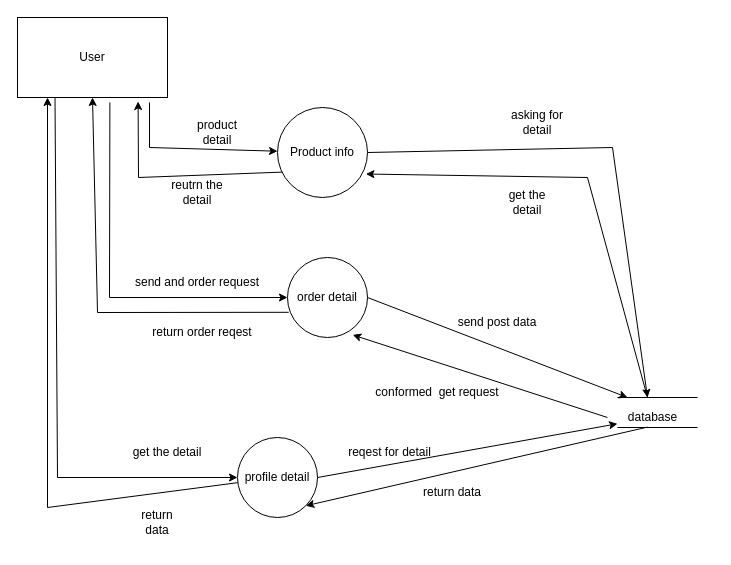
AKrunal/document keeps this draw.io diagram as page "1 leavel" (2 of 5) of charts/dfd.drawio. Above is the earlier version. Source tidied: cells renumbered, new cells numbered last; positions are measured from the earlier drawing's top-left corner, leaving out a move shared by most shapes. Both pictures are drawn from the tidied source at 100%, with x=0, y=0 at pixel (17, 17).
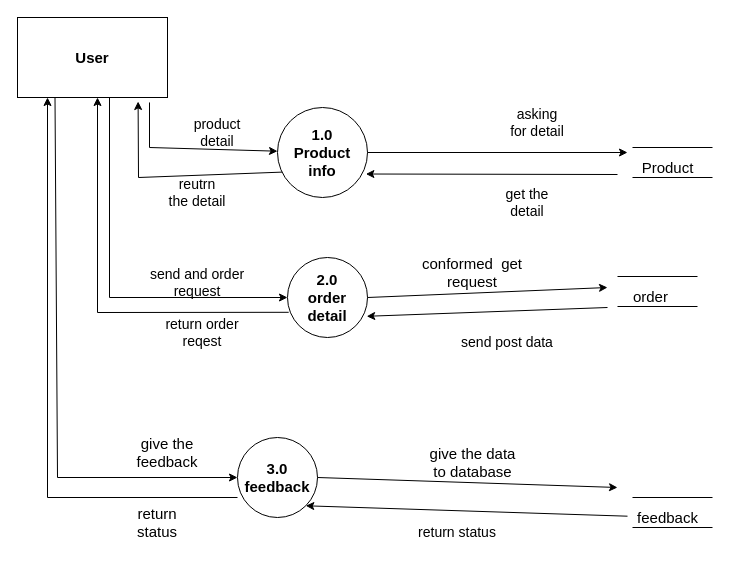
Above is the later version.

Diff of the diagram source:
```diff
@@
-    <mxCell id="2" value="User" style="rounded=0;whiteSpace=wrap;html=1;" parent="1" vertex="1">
+    <mxCell id="2" value="User" style="rounded=0;whiteSpace=wrap;html=1;fontSize=15;fontStyle=1;" parent="1" vertex="1">
       <mxGeometry width="150" height="80" as="geometry" />
     </mxCell>
-    <mxCell id="3" style="endArrow=classic;html=1;rounded=0;exitX=0.88;exitY=1.062;exitDx=0;exitDy=0;exitPerimeter=0;" parent="1" edge="1" source="2" target="4">
+    <mxCell id="3" style="endArrow=classic;html=1;rounded=0;exitX=0.88;exitY=1.062;exitDx=0;exitDy=0;exitPerimeter=0;fontSize=15;" parent="1" edge="1" source="2" target="4">
       <mxGeometry relative="1" as="geometry">
         <Array as="points">
           <mxPoint x="132" y="130" />
         </Array>
       </mxGeometry>
     </mxCell>
-    <mxCell id="4" value="Product info" style="ellipse;whiteSpace=wrap;html=1;" parent="1" vertex="1">
+    <mxCell id="4" value="1.0 &lt;br style=&quot;font-size: 15px;&quot;&gt;Product info" style="ellipse;whiteSpace=wrap;html=1;fontSize=15;fontStyle=1;" parent="1" vertex="1">
       <mxGeometry x="260" y="90" width="90" height="90" as="geometry" />
     </mxCell>
-    <mxCell id="5" style="endArrow=classic;html=1;rounded=0;exitX=1;exitY=0.5;exitDx=0;exitDy=0;" parent="1" edge="1" source="4">
+    <mxCell id="5" style="endArrow=classic;html=1;rounded=0;exitX=1;exitY=0.5;exitDx=0;exitDy=0;fontSize=15;" parent="1" edge="1" source="4">
       <mxGeometry relative="1" as="geometry">
-        <mxPoint x="630" y="380" as="targetPoint" />
-        <Array as="points">
-          <mxPoint x="595" y="130" />
-        </Array>
+        <mxPoint x="610" y="135" as="targetPoint" />
       </mxGeometry>
     </mxCell>
-    <mxCell id="6" style="endArrow=none;html=1;rounded=0;" parent="1" edge="1">
-      <mxGeometry relative="1" as="geometry">
-        <mxPoint x="600" y="380" as="sourcePoint" />
-        <mxPoint x="680" y="380" as="targetPoint" />
-      </mxGeometry>
-    </mxCell>
-    <mxCell id="7" style="endArrow=none;html=1;rounded=0;" parent="1" edge="1">
-      <mxGeometry relative="1" as="geometry">
-        <mxPoint x="600" y="410" as="sourcePoint" />
-        <mxPoint x="680" y="410" as="targetPoint" />
-      </mxGeometry>
-    </mxCell>
-    <mxCell id="8" value="database" style="text;html=1;align=center;verticalAlign=middle;points=[];strokeColor=none;fillColor=none;" parent="1" vertex="1">
-      <mxGeometry x="600" y="390" width="70" height="20" as="geometry" />
-    </mxCell>
-    <mxCell id="9" style="endArrow=classic;html=1;rounded=0;entryX=0.982;entryY=0.739;entryDx=0;entryDy=0;entryPerimeter=0;" parent="1" edge="1" target="4">
+    <mxCell id="9" style="endArrow=classic;html=1;rounded=0;entryX=0.982;entryY=0.739;entryDx=0;entryDy=0;entryPerimeter=0;fontSize=15;" parent="1" edge="1" target="4">
       <mxGeometry relative="1" as="geometry">
-        <mxPoint x="630" y="380" as="sourcePoint" />
-        <Array as="points">
-          <mxPoint x="570" y="160" />
-        </Array>
+        <mxPoint x="600" y="157" as="sourcePoint" />
       </mxGeometry>
     </mxCell>
-    <mxCell id="10" value="product detail" style="text;html=1;strokeColor=none;fillColor=none;align=center;verticalAlign=middle;whiteSpace=wrap;rounded=0;" parent="1" vertex="1">
+    <mxCell id="10" value="product detail" style="text;html=1;strokeColor=none;fillColor=none;align=center;verticalAlign=middle;whiteSpace=wrap;rounded=0;fontSize=14;" parent="1" vertex="1">
       <mxGeometry x="170" y="100" width="60" height="30" as="geometry" />
     </mxCell>
-    <mxCell id="11" value="asking for detail" style="text;html=1;strokeColor=none;fillColor=none;align=center;verticalAlign=middle;whiteSpace=wrap;rounded=0;" parent="1" vertex="1">
+    <mxCell id="11" value="asking for detail" style="text;html=1;strokeColor=none;fillColor=none;align=center;verticalAlign=middle;whiteSpace=wrap;rounded=0;fontSize=14;" parent="1" vertex="1">
       <mxGeometry x="490" y="90" width="60" height="30" as="geometry" />
     </mxCell>
-    <mxCell id="12" value="get the detail" style="text;html=1;strokeColor=none;fillColor=none;align=center;verticalAlign=middle;whiteSpace=wrap;rounded=0;" parent="1" vertex="1">
+    <mxCell id="12" value="get the detail" style="text;html=1;strokeColor=none;fillColor=none;align=center;verticalAlign=middle;whiteSpace=wrap;rounded=0;fontSize=14;" parent="1" vertex="1">
       <mxGeometry x="480" y="170" width="60" height="30" as="geometry" />
     </mxCell>
-    <mxCell id="13" style="endArrow=classic;html=1;rounded=0;exitX=0.052;exitY=0.718;exitDx=0;exitDy=0;exitPerimeter=0;entryX=0.804;entryY=1.05;entryDx=0;entryDy=0;entryPerimeter=0;" parent="1" edge="1" source="4" target="2">
+    <mxCell id="13" style="endArrow=classic;html=1;rounded=0;exitX=0.052;exitY=0.718;exitDx=0;exitDy=0;exitPerimeter=0;entryX=0.804;entryY=1.05;entryDx=0;entryDy=0;entryPerimeter=0;fontSize=15;" parent="1" edge="1" source="4" target="2">
       <mxGeometry relative="1" as="geometry">
         <Array as="points">
           <mxPoint x="121" y="160" />
         </Array>
       </mxGeometry>
     </mxCell>
-    <mxCell id="14" value="reutrn the detail" style="text;html=1;strokeColor=none;fillColor=none;align=center;verticalAlign=middle;whiteSpace=wrap;rounded=0;" parent="1" vertex="1">
+    <mxCell id="14" value="reutrn the detail" style="text;html=1;strokeColor=none;fillColor=none;align=center;verticalAlign=middle;whiteSpace=wrap;rounded=0;fontSize=14;" parent="1" vertex="1">
       <mxGeometry x="150" y="160" width="60" height="30" as="geometry" />
     </mxCell>
-    <mxCell id="15" value="order detail" style="ellipse;whiteSpace=wrap;html=1;" parent="1" vertex="1">
+    <mxCell id="15" value="2.0&lt;br style=&quot;font-size: 15px;&quot;&gt;order detail" style="ellipse;whiteSpace=wrap;html=1;fontSize=15;fontStyle=1;" parent="1" vertex="1">
       <mxGeometry x="270" y="240" width="80" height="80" as="geometry" />
     </mxCell>
-    <mxCell id="16" style="endArrow=classic;html=1;rounded=0;exitX=0.616;exitY=1.062;exitDx=0;exitDy=0;exitPerimeter=0;entryX=0;entryY=0.5;entryDx=0;entryDy=0;" parent="1" edge="1" source="2" target="15">
+    <mxCell id="16" style="endArrow=classic;html=1;rounded=0;entryX=0;entryY=0.5;entryDx=0;entryDy=0;fontSize=15;" parent="1" edge="1" target="15">
       <mxGeometry relative="1" as="geometry">
+        <mxPoint x="92" y="80" as="sourcePoint" />
         <Array as="points">
           <mxPoint x="92" y="280" />
         </Array>
       </mxGeometry>
     </mxCell>
-    <mxCell id="17" style="endArrow=classic;html=1;rounded=0;exitX=1;exitY=0.5;exitDx=0;exitDy=0;" parent="1" edge="1" source="15">
+    <mxCell id="17" style="endArrow=classic;html=1;rounded=0;exitX=1;exitY=0.5;exitDx=0;exitDy=0;fontSize=15;" parent="1" edge="1" source="15">
       <mxGeometry relative="1" as="geometry">
-        <mxPoint x="610" y="380" as="targetPoint" />
+        <mxPoint x="590" y="270" as="targetPoint" />
       </mxGeometry>
     </mxCell>
-    <mxCell id="18" style="endArrow=classic;html=1;rounded=0;entryX=0.815;entryY=0.968;entryDx=0;entryDy=0;entryPerimeter=0;" parent="1" edge="1" target="15">
+    <mxCell id="18" style="endArrow=classic;html=1;rounded=0;entryX=0.99;entryY=0.735;entryDx=0;entryDy=0;entryPerimeter=0;fontSize=15;" parent="1" edge="1" target="15">
       <mxGeometry relative="1" as="geometry">
-        <mxPoint x="590" y="400" as="sourcePoint" />
+        <mxPoint x="590" y="290" as="sourcePoint" />
       </mxGeometry>
     </mxCell>
-    <mxCell id="19" value="send and order request" style="text;html=1;strokeColor=none;fillColor=none;align=center;verticalAlign=middle;whiteSpace=wrap;rounded=0;" parent="1" vertex="1">
+    <mxCell id="19" value="send and order request" style="text;html=1;strokeColor=none;fillColor=none;align=center;verticalAlign=middle;whiteSpace=wrap;rounded=0;fontSize=14;" parent="1" vertex="1">
       <mxGeometry x="110" y="250" width="140" height="30" as="geometry" />
     </mxCell>
-    <mxCell id="20" value="send post data" style="text;html=1;strokeColor=none;fillColor=none;align=center;verticalAlign=middle;whiteSpace=wrap;rounded=0;" parent="1" vertex="1">
-      <mxGeometry x="430" y="290" width="100" height="30" as="geometry" />
+    <mxCell id="20" value="send post data" style="text;html=1;strokeColor=none;fillColor=none;align=center;verticalAlign=middle;whiteSpace=wrap;rounded=0;fontSize=14;" parent="1" vertex="1">
+      <mxGeometry x="440" y="310" width="100" height="30" as="geometry" />
     </mxCell>
-    <mxCell id="21" value="conformed&amp;nbsp; get request" style="text;html=1;strokeColor=none;fillColor=none;align=center;verticalAlign=middle;whiteSpace=wrap;rounded=0;" parent="1" vertex="1">
-      <mxGeometry x="350" y="360" width="140" height="30" as="geometry" />
+    <mxCell id="21" value="conformed&amp;nbsp; get request" style="text;html=1;strokeColor=none;fillColor=none;align=center;verticalAlign=middle;whiteSpace=wrap;rounded=0;fontSize=15;" parent="1" vertex="1">
+      <mxGeometry x="385" y="240" width="140" height="30" as="geometry" />
     </mxCell>
-    <mxCell id="22" style="endArrow=classic;html=1;rounded=0;exitX=0.015;exitY=0.685;exitDx=0;exitDy=0;exitPerimeter=0;entryX=0.5;entryY=1;entryDx=0;entryDy=0;" parent="1" edge="1" source="15" target="2">
+    <mxCell id="22" style="endArrow=classic;html=1;rounded=0;exitX=0.015;exitY=0.685;exitDx=0;exitDy=0;exitPerimeter=0;fontSize=15;" parent="1" edge="1" source="15">
       <mxGeometry relative="1" as="geometry">
+        <mxPoint x="80" y="80" as="targetPoint" />
         <Array as="points">
           <mxPoint x="80" y="295" />
         </Array>
       </mxGeometry>
     </mxCell>
-    <mxCell id="23" value="return order reqest" style="text;html=1;strokeColor=none;fillColor=none;align=center;verticalAlign=middle;whiteSpace=wrap;rounded=0;" parent="1" vertex="1">
+    <mxCell id="23" value="return order reqest" style="text;html=1;strokeColor=none;fillColor=none;align=center;verticalAlign=middle;whiteSpace=wrap;rounded=0;fontSize=14;" parent="1" vertex="1">
       <mxGeometry x="130" y="300" width="110" height="30" as="geometry" />
     </mxCell>
-    <mxCell id="24" value="profile detail" style="ellipse;whiteSpace=wrap;html=1;" parent="1" vertex="1">
+    <mxCell id="24" value="3.0&lt;br style=&quot;font-size: 15px;&quot;&gt;feedback" style="ellipse;whiteSpace=wrap;html=1;fontSize=15;fontStyle=1;" parent="1" vertex="1">
       <mxGeometry x="220" y="420" width="80" height="80" as="geometry" />
     </mxCell>
-    <mxCell id="25" style="endArrow=classic;html=1;rounded=0;exitX=0.25;exitY=1;exitDx=0;exitDy=0;" parent="1" edge="1" source="2" target="24">
+    <mxCell id="25" style="endArrow=classic;html=1;rounded=0;exitX=0.25;exitY=1;exitDx=0;exitDy=0;fontSize=15;" parent="1" edge="1" source="2" target="24">
       <mxGeometry relative="1" as="geometry">
         <Array as="points">
           <mxPoint x="40" y="460" />
         </Array>
       </mxGeometry>
     </mxCell>
-    <mxCell id="26" style="endArrow=classic;html=1;rounded=0;exitX=1;exitY=0.5;exitDx=0;exitDy=0;" parent="1" edge="1" source="24" target="8">
-      <mxGeometry relative="1" as="geometry" />
+    <mxCell id="26" style="endArrow=classic;html=1;rounded=0;exitX=1;exitY=0.5;exitDx=0;exitDy=0;fontSize=15;" parent="1" edge="1" source="24">
+      <mxGeometry relative="1" as="geometry">
+        <mxPoint x="600" y="470" as="targetPoint" />
+      </mxGeometry>
     </mxCell>
-    <mxCell id="27" value="get the detail" style="text;html=1;strokeColor=none;fillColor=none;align=center;verticalAlign=middle;whiteSpace=wrap;rounded=0;" parent="1" vertex="1">
+    <mxCell id="27" value="give the feedback" style="text;html=1;strokeColor=none;fillColor=none;align=center;verticalAlign=middle;whiteSpace=wrap;rounded=0;fontSize=15;" parent="1" vertex="1">
       <mxGeometry x="100" y="420" width="100" height="30" as="geometry" />
     </mxCell>
-    <mxCell id="28" value="reqest for detail" style="text;html=1;strokeColor=none;fillColor=none;align=center;verticalAlign=middle;whiteSpace=wrap;rounded=0;" parent="1" vertex="1">
-      <mxGeometry x="325" y="420" width="95" height="30" as="geometry" />
+    <mxCell id="28" value="give the data to database" style="text;html=1;strokeColor=none;fillColor=none;align=center;verticalAlign=middle;whiteSpace=wrap;rounded=0;fontSize=15;" parent="1" vertex="1">
+      <mxGeometry x="407.5" y="430" width="95" height="30" as="geometry" />
     </mxCell>
-    <mxCell id="29" style="endArrow=classic;html=1;rounded=0;exitX=0.426;exitY=0.982;exitDx=0;exitDy=0;exitPerimeter=0;entryX=1;entryY=1;entryDx=0;entryDy=0;" parent="1" edge="1" source="8" target="24">
+    <mxCell id="29" style="endArrow=classic;html=1;rounded=0;entryX=1;entryY=1;entryDx=0;entryDy=0;fontSize=15;" parent="1" edge="1" source="41" target="24">
       <mxGeometry relative="1" as="geometry" />
     </mxCell>
-    <mxCell id="30" value="return data" style="text;html=1;strokeColor=none;fillColor=none;align=center;verticalAlign=middle;whiteSpace=wrap;rounded=0;" parent="1" vertex="1">
-      <mxGeometry x="390" y="460" width="90" height="30" as="geometry" />
-    </mxCell>
-    <mxCell id="31" style="endArrow=classic;html=1;rounded=0;" parent="1" edge="1" source="24">
+    <mxCell id="31" style="endArrow=classic;html=1;rounded=0;fontSize=15;" parent="1" edge="1">
       <mxGeometry relative="1" as="geometry">
+        <mxPoint x="220" y="480" as="sourcePoint" />
         <mxPoint x="30" y="80" as="targetPoint" />
         <Array as="points">
-          <mxPoint x="30" y="490" />
+          <mxPoint x="30" y="480" />
         </Array>
       </mxGeometry>
     </mxCell>
-    <mxCell id="32" value="return data" style="text;html=1;strokeColor=none;fillColor=none;align=center;verticalAlign=middle;whiteSpace=wrap;rounded=0;" parent="1" vertex="1">
+    <mxCell id="32" value="return status" style="text;html=1;strokeColor=none;fillColor=none;align=center;verticalAlign=middle;whiteSpace=wrap;rounded=0;fontSize=15;" parent="1" vertex="1">
       <mxGeometry x="110" y="490" width="60" height="30" as="geometry" />
     </mxCell>
+    <mxCell id="33" style="endArrow=none;html=1;rounded=0;fontSize=15;" parent="1" edge="1">
+      <mxGeometry relative="1" as="geometry">
+        <mxPoint x="615" y="130" as="sourcePoint" />
+        <mxPoint x="695" y="130" as="targetPoint" />
+      </mxGeometry>
+    </mxCell>
+    <mxCell id="34" style="endArrow=none;html=1;rounded=0;fontSize=15;" parent="1" edge="1">
+      <mxGeometry relative="1" as="geometry">
+        <mxPoint x="615" y="160" as="sourcePoint" />
+        <mxPoint x="695" y="160" as="targetPoint" />
+      </mxGeometry>
+    </mxCell>
+    <mxCell id="35" value="Product" style="text;html=1;align=center;verticalAlign=middle;strokeColor=none;fillColor=none;fontSize=15;" parent="1" vertex="1">
+      <mxGeometry x="615" y="140" width="70" height="20" as="geometry" />
+    </mxCell>
+    <mxCell id="36" style="endArrow=none;html=1;rounded=0;fontSize=15;" parent="1" edge="1">
+      <mxGeometry relative="1" as="geometry">
+        <mxPoint x="600" y="259" as="sourcePoint" />
+        <mxPoint x="680" y="259" as="targetPoint" />
+      </mxGeometry>
+    </mxCell>
+    <mxCell id="37" style="endArrow=none;html=1;rounded=0;fontSize=15;" parent="1" edge="1">
+      <mxGeometry relative="1" as="geometry">
+        <mxPoint x="600" y="289" as="sourcePoint" />
+        <mxPoint x="680" y="289" as="targetPoint" />
+      </mxGeometry>
+    </mxCell>
+    <mxCell id="38" value="order&amp;nbsp;" style="text;html=1;align=center;verticalAlign=middle;strokeColor=none;fillColor=none;fontSize=15;" parent="1" vertex="1">
+      <mxGeometry x="610" y="269" width="50" height="20" as="geometry" />
+    </mxCell>
+    <mxCell id="39" style="endArrow=none;html=1;rounded=0;fontSize=15;" parent="1" edge="1">
+      <mxGeometry relative="1" as="geometry">
+        <mxPoint x="615" y="480" as="sourcePoint" />
+        <mxPoint x="695" y="480" as="targetPoint" />
+      </mxGeometry>
+    </mxCell>
+    <mxCell id="40" style="endArrow=none;html=1;rounded=0;fontSize=15;" parent="1" edge="1">
+      <mxGeometry relative="1" as="geometry">
+        <mxPoint x="615" y="510" as="sourcePoint" />
+        <mxPoint x="695" y="510" as="targetPoint" />
+      </mxGeometry>
+    </mxCell>
+    <mxCell id="41" value="feedback" style="text;html=1;align=center;verticalAlign=middle;points=[];strokeColor=none;fillColor=none;fontSize=15;" parent="1" vertex="1">
+      <mxGeometry x="610" y="490" width="80" height="20" as="geometry" />
+    </mxCell>
+    <mxCell id="42" value="return status" style="text;html=1;strokeColor=none;fillColor=none;align=center;verticalAlign=middle;whiteSpace=wrap;rounded=0;fontSize=14;" parent="1" vertex="1">
+      <mxGeometry x="390" y="500" width="100" height="30" as="geometry" />
+    </mxCell>
```
